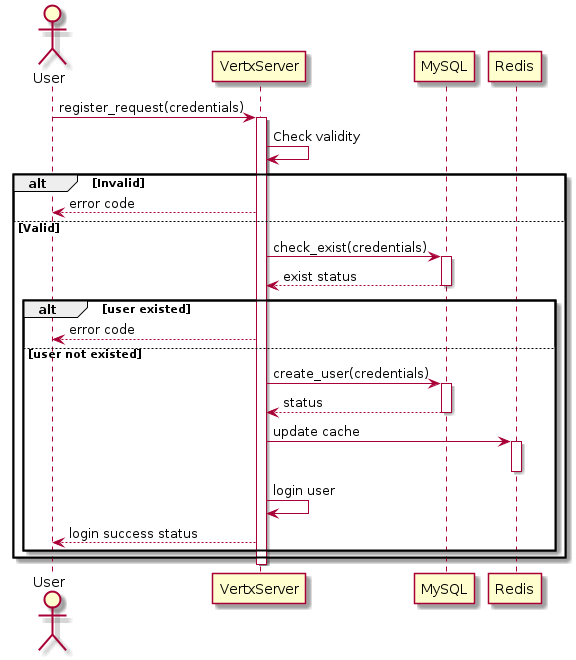
The PlantUML diagram report/img/sequence-diagrams/register.png in delta94/vmr-chatapp-1, before a commit. The source it was exported from:
```plantuml
@startuml
actor User
User -> VertxServer: register_request(credentials)
activate VertxServer
    VertxServer -> VertxServer: Check validity
    alt Invalid
        VertxServer --> User: error code
    else Valid
        VertxServer -> MySQL: check_exist(credentials)
        activate MySQL
        MySQL --> VertxServer: exist status
        deactivate MySQL
        alt user existed
            VertxServer --> User: error code
        else user not existed
            VertxServer -> MySQL: create_user(credentials)
            activate MySQL
                MySQL --> VertxServer: status
            deactivate
            VertxServer -> Redis: update cache
            activate Redis
            deactivate Redis
            VertxServer -> VertxServer: login user
            VertxServer --> User: login success status
        end
    end
deactivate
@enduml
```
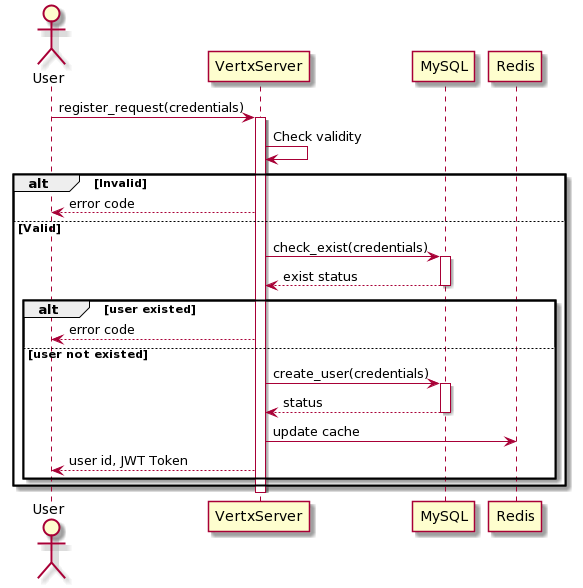
Above is the later version.

What changed in the source:
```diff
@@ -18,10 +18,7 @@
                 MySQL --> VertxServer: status
             deactivate
             VertxServer -> Redis: update cache
-            activate Redis
-            deactivate Redis
-            VertxServer -> VertxServer: login user
-            VertxServer --> User: login success status
+            VertxServer --> User: user id, JWT Token
         end
     end
 deactivate
```
